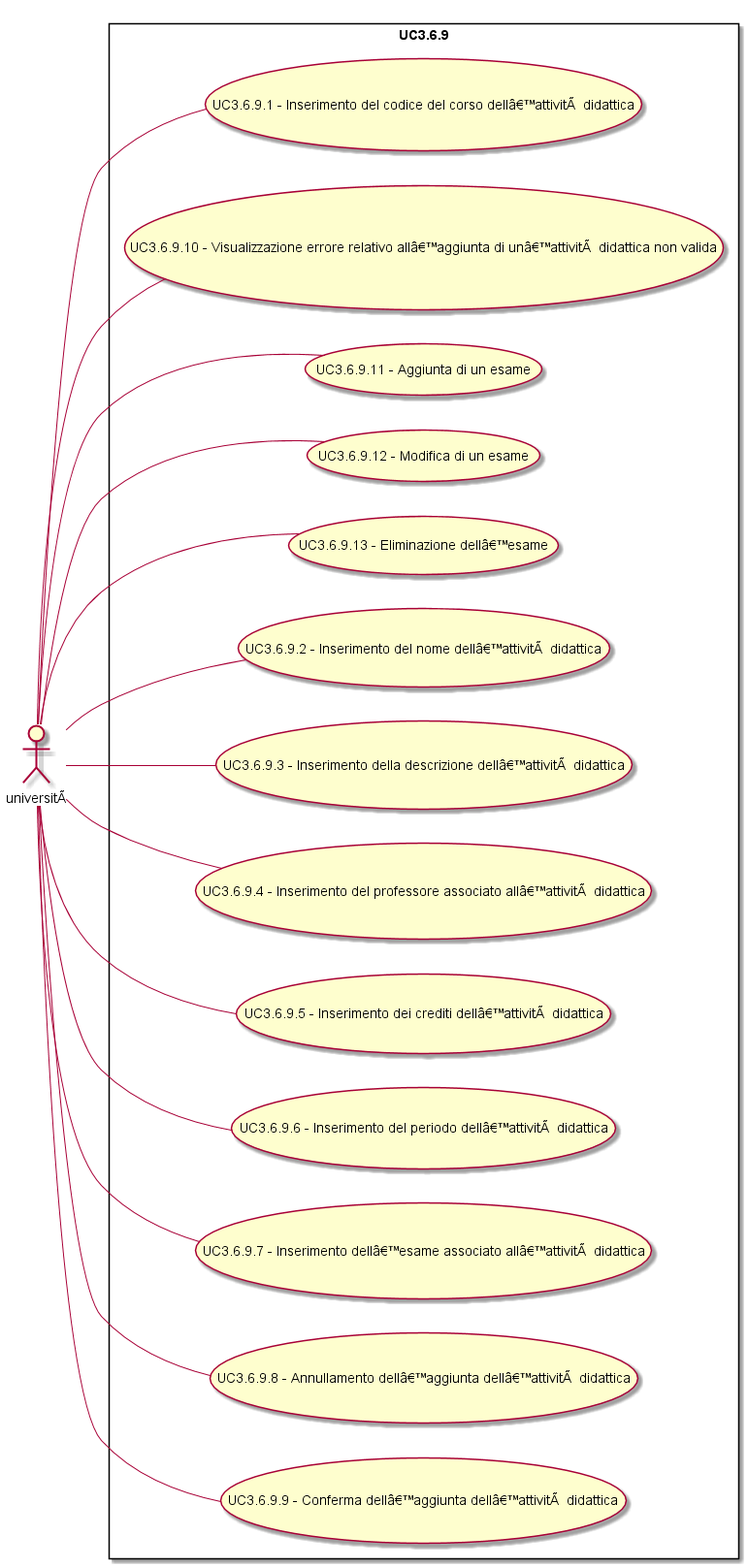
This is Analisi dei requisiti/img/UC3-6-9.png from SOS-SonsOfSwe/Marvin, a PlantUML export, as it was before one commit. Source of this version:
```plantuml
@startuml
left to right direction
skinparam packageStyle rectangle
actor universitÃ
rectangle UC3.6.9 {
universitÃ  -- (UC3.6.9.1 - Inserimento del codice del corso dellâ??attivitÃ  didattica)
universitÃ  -- (UC3.6.9.10 - Visualizzazione errore relativo allâ??aggiunta di unâ??attivitÃ  didattica non valida)
universitÃ  -- (UC3.6.9.11 - Aggiunta di un esame)
universitÃ  -- (UC3.6.9.12 - Modifica di un esame)
universitÃ  -- (UC3.6.9.13 - Eliminazione dellâ??esame)
universitÃ  -- (UC3.6.9.2 - Inserimento del nome dellâ??attivitÃ  didattica)
universitÃ  -- (UC3.6.9.3 - Inserimento della descrizione dellâ??attivitÃ  didattica)
universitÃ  -- (UC3.6.9.4 - Inserimento del professore associato allâ??attivitÃ  didattica)
universitÃ  -- (UC3.6.9.5 - Inserimento dei crediti dellâ??attivitÃ  didattica)
universitÃ  -- (UC3.6.9.6 - Inserimento del periodo dellâ??attivitÃ  didattica)
universitÃ  -- (UC3.6.9.7 - Inserimento dellâ??esame associato allâ??attivitÃ  didattica)
universitÃ  -- (UC3.6.9.8 - Annullamento dellâ??aggiunta dellâ??attivitÃ  didattica)
universitÃ  -- (UC3.6.9.9 - Conferma dellâ??aggiunta dellâ??attivitÃ  didattica)
}
@enduml
```
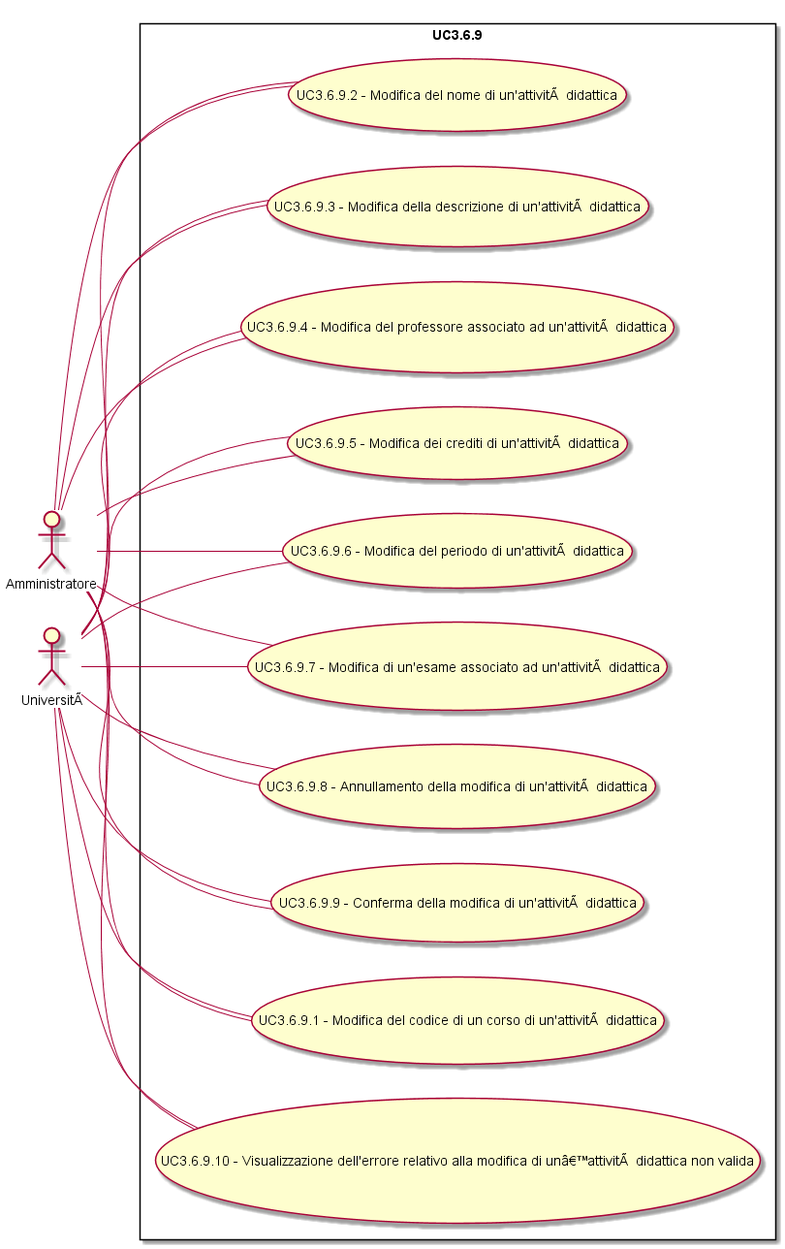
The same file after the commit.

What changed in the source:
```diff
@@ -1,20 +1,28 @@
 @startuml
 left to right direction
 skinparam packageStyle rectangle
-actor universitÃ
+actor Amministratore
+actor UniversitÃ
 rectangle UC3.6.9 {
-universitÃ  -- (UC3.6.9.1 - Inserimento del codice del corso dellâ??attivitÃ  didattica)
-universitÃ  -- (UC3.6.9.10 - Visualizzazione errore relativo allâ??aggiunta di unâ??attivitÃ  didattica non valida)
-universitÃ  -- (UC3.6.9.11 - Aggiunta di un esame)
-universitÃ  -- (UC3.6.9.12 - Modifica di un esame)
-universitÃ  -- (UC3.6.9.13 - Eliminazione dellâ??esame)
-universitÃ  -- (UC3.6.9.2 - Inserimento del nome dellâ??attivitÃ  didattica)
-universitÃ  -- (UC3.6.9.3 - Inserimento della descrizione dellâ??attivitÃ  didattica)
-universitÃ  -- (UC3.6.9.4 - Inserimento del professore associato allâ??attivitÃ  didattica)
-universitÃ  -- (UC3.6.9.5 - Inserimento dei crediti dellâ??attivitÃ  didattica)
-universitÃ  -- (UC3.6.9.6 - Inserimento del periodo dellâ??attivitÃ  didattica)
-universitÃ  -- (UC3.6.9.7 - Inserimento dellâ??esame associato allâ??attivitÃ  didattica)
-universitÃ  -- (UC3.6.9.8 - Annullamento dellâ??aggiunta dellâ??attivitÃ  didattica)
-universitÃ  -- (UC3.6.9.9 - Conferma dellâ??aggiunta dellâ??attivitÃ  didattica)
+Amministratore -- (UC3.6.9.1 - Modifica del codice di un corso di un'attivitÃ  didattica)
+Amministratore -- (UC3.6.9.10 - Visualizzazione dell'errore relativo alla modifica di unâ??attivitÃ  didattica non valida)
+Amministratore -- (UC3.6.9.2 - Modifica del nome di un'attivitÃ  didattica)
+Amministratore -- (UC3.6.9.3 - Modifica della descrizione di un'attivitÃ  didattica)
+Amministratore -- (UC3.6.9.4 - Modifica del professore associato ad un'attivitÃ  didattica)
+Amministratore -- (UC3.6.9.5 - Modifica dei crediti di un'attivitÃ  didattica)
+Amministratore -- (UC3.6.9.6 - Modifica del periodo di un'attivitÃ  didattica)
+Amministratore -- (UC3.6.9.7 - Modifica di un'esame associato ad un'attivitÃ  didattica)
+Amministratore -- (UC3.6.9.8 - Annullamento della modifica di un'attivitÃ  didattica)
+Amministratore -- (UC3.6.9.9 - Conferma della modifica di un'attivitÃ  didattica)
+UniversitÃ  -- (UC3.6.9.1 - Modifica del codice di un corso di un'attivitÃ  didattica)
+UniversitÃ  -- (UC3.6.9.10 - Visualizzazione dell'errore relativo alla modifica di unâ??attivitÃ  didattica non valida)
+UniversitÃ  -- (UC3.6.9.2 - Modifica del nome di un'attivitÃ  didattica)
+UniversitÃ  -- (UC3.6.9.3 - Modifica della descrizione di un'attivitÃ  didattica)
+UniversitÃ  -- (UC3.6.9.4 - Modifica del professore associato ad un'attivitÃ  didattica)
+UniversitÃ  -- (UC3.6.9.5 - Modifica dei crediti di un'attivitÃ  didattica)
+UniversitÃ  -- (UC3.6.9.6 - Modifica del periodo di un'attivitÃ  didattica)
+UniversitÃ  -- (UC3.6.9.7 - Modifica di un'esame associato ad un'attivitÃ  didattica)
+UniversitÃ  -- (UC3.6.9.8 - Annullamento della modifica di un'attivitÃ  didattica)
+UniversitÃ  -- (UC3.6.9.9 - Conferma della modifica di un'attivitÃ  didattica)
 }
 @enduml
```
